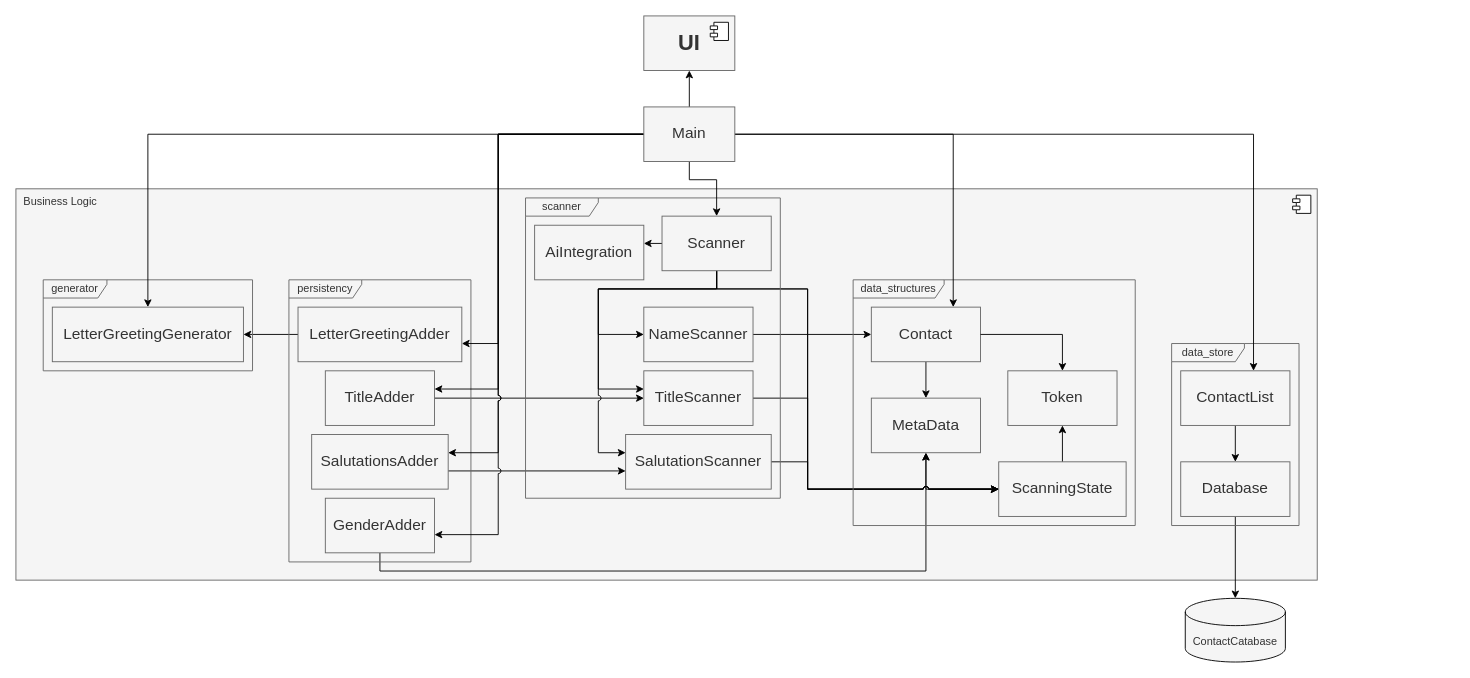
This is ContactSplitterKlassendiagramm.drawio from JonathanFleischmann/ContactSplitterDoc, a draw.io file, before an edit. Source tidied: cells renumbered, new cells numbered last; positions are measured from the earlier drawing's top-left corner, leaving out a move shared by most shapes. Both pictures are drawn from the tidied source at 91%, with x=0, y=0 at pixel (15, 15).
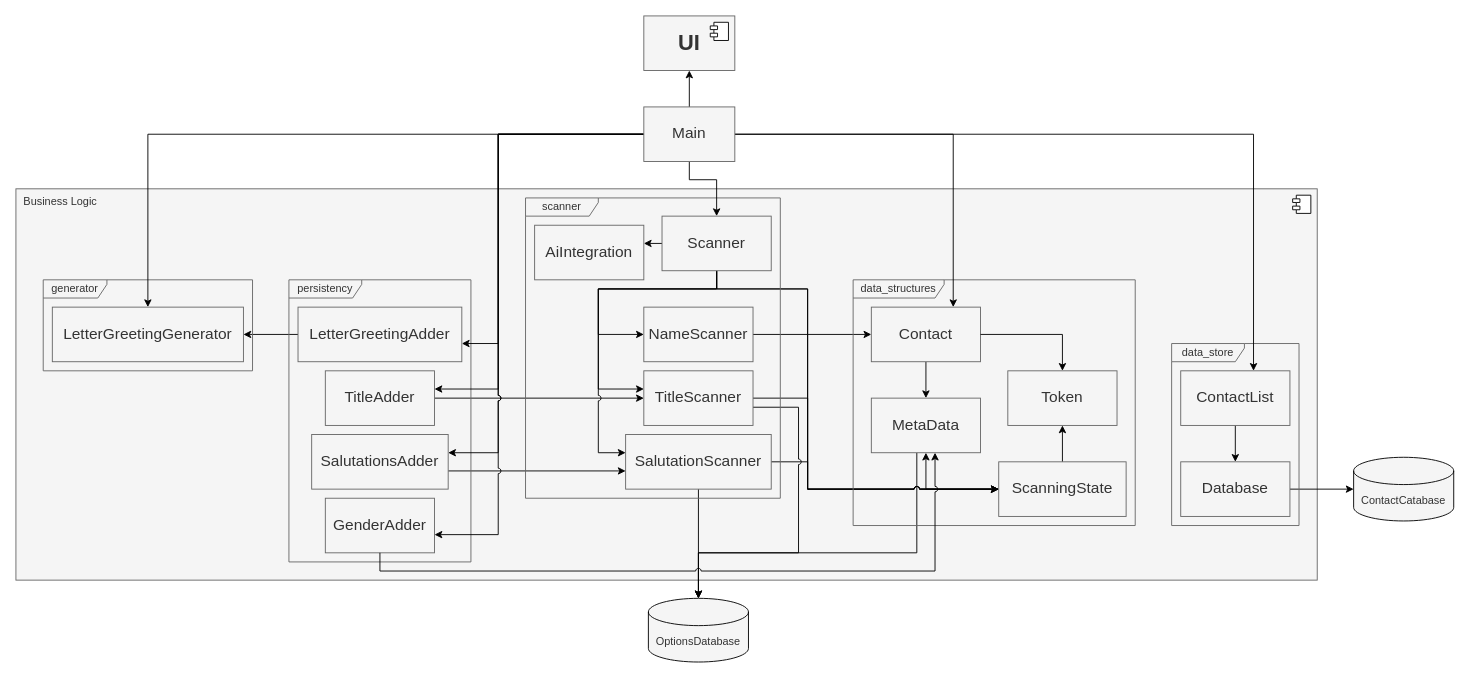
Above is the later version.

Commit message (it also covers changes not shown here):
update class diagram

The change refers to these unchanged cells:
```xml
<mxCell id="7" value="Database" style="rounded=0;whiteSpace=wrap;html=1;fontSize=17;fillColor=#f5f5f5;fontColor=#333333;strokeColor=#666666;" parent="1" vertex="1">
  <mxGeometry x="1280" y="490" width="120" height="60" as="geometry" />
</mxCell>
<mxCell id="10" value="MetaData" style="rounded=0;whiteSpace=wrap;html=1;fontSize=17;fillColor=#f5f5f5;fontColor=#333333;strokeColor=#666666;" parent="1" vertex="1">
  <mxGeometry x="940" y="420" width="120" height="60" as="geometry" />
</mxCell>
<mxCell id="17" value="GenderAdder" style="rounded=0;whiteSpace=wrap;html=1;fontSize=17;fillColor=#f5f5f5;fontColor=#333333;strokeColor=#666666;" parent="1" vertex="1">
  <mxGeometry x="340" y="530" width="120" height="60" as="geometry" />
</mxCell>
<mxCell id="28" value="SalutationScanner" style="rounded=0;whiteSpace=wrap;html=1;fontSize=17;fillColor=#f5f5f5;fontColor=#333333;strokeColor=#666666;" parent="1" vertex="1">
  <mxGeometry x="670" y="460" width="160" height="60" as="geometry" />
</mxCell>
<mxCell id="37" value="TitleScanner" style="rounded=0;whiteSpace=wrap;html=1;fontSize=17;fillColor=#f5f5f5;fontColor=#333333;strokeColor=#666666;" parent="1" vertex="1">
  <mxGeometry x="690" y="390" width="120" height="60" as="geometry" />
</mxCell>
```

Diff of the diagram source:
```diff
@@
     <mxCell id="6" style="edgeStyle=orthogonalEdgeStyle;rounded=0;jettySize=auto;html=1;strokeColor=#000000;jumpStyle=arc;" parent="1" edge="1" source="7" target="38">
       <mxGeometry relative="1" as="geometry">
         <Array as="points">
-          <mxPoint x="1340" y="580" />
+          <mxPoint x="1430" y="520" />
+          <mxPoint x="1430" y="520" />
         </Array>
       </mxGeometry>
     </mxCell>
@@
+    <mxCell id="57" style="edgeStyle=orthogonalEdgeStyle;rounded=0;jettySize=auto;html=1;strokeColor=#000000;jumpStyle=arc;" parent="1" edge="1" source="10" target="60">
+      <mxGeometry relative="1" as="geometry">
+        <Array as="points">
+          <mxPoint x="990" y="590" />
+          <mxPoint x="750" y="590" />
+        </Array>
+      </mxGeometry>
+    </mxCell>
@@
-    <mxCell id="16" style="edgeStyle=orthogonalEdgeStyle;rounded=0;jettySize=auto;html=1;fillColor=#f5f5f5;strokeColor=#000000;jumpStyle=arc;" parent="1" edge="1" source="17" target="10">
-      <mxGeometry relative="1" as="geometry">
-        <Array as="points">
-          <mxPoint x="400" y="610" />
-          <mxPoint x="1000" y="610" />
-        </Array>
-      </mxGeometry>
-    </mxCell>
@@
+    <mxCell id="58" style="edgeStyle=orthogonalEdgeStyle;rounded=0;jettySize=auto;html=1;strokeColor=#000000;jumpStyle=arc;" parent="1" edge="1" source="28" target="60">
+      <mxGeometry relative="1" as="geometry">
+        <Array as="points">
+          <mxPoint x="750" y="580" />
+          <mxPoint x="750" y="580" />
+        </Array>
+      </mxGeometry>
+    </mxCell>
@@
+    <mxCell id="59" style="edgeStyle=orthogonalEdgeStyle;rounded=0;jettySize=auto;html=1;strokeColor=#000000;jumpStyle=arc;" parent="1" edge="1" source="37" target="60">
+      <mxGeometry relative="1" as="geometry">
+        <Array as="points">
+          <mxPoint x="860" y="430" />
+          <mxPoint x="860" y="590" />
+          <mxPoint x="750" y="590" />
+        </Array>
+      </mxGeometry>
+    </mxCell>
@@
     <mxCell id="38" value="ContactCatabase" style="shape=cylinder3;whiteSpace=wrap;html=1;boundedLbl=1;backgroundOutline=1;size=15;fillColor=#f5f5f5;fontColor=#333333;strokeColor=#000000;" parent="1" vertex="1">
-      <mxGeometry x="1285" y="640" width="110" height="70" as="geometry" />
+      <mxGeometry x="1470" y="485" width="110" height="70" as="geometry" />
     </mxCell>
@@
+    <mxCell id="60" value="OptionsDatabase" style="shape=cylinder3;whiteSpace=wrap;html=1;boundedLbl=1;backgroundOutline=1;size=15;fillColor=#f5f5f5;fontColor=#333333;strokeColor=#000000;" parent="1" vertex="1">
+      <mxGeometry x="695" y="640" width="110" height="70" as="geometry" />
+    </mxCell>
+    <mxCell id="16" style="edgeStyle=orthogonalEdgeStyle;rounded=0;jettySize=auto;html=1;fillColor=#f5f5f5;strokeColor=#000000;jumpStyle=arc;" parent="1" edge="1" source="17" target="10">
+      <mxGeometry relative="1" as="geometry">
+        <Array as="points">
+          <mxPoint x="400" y="610" />
+          <mxPoint x="1010" y="610" />
+        </Array>
+      </mxGeometry>
+    </mxCell>
```
